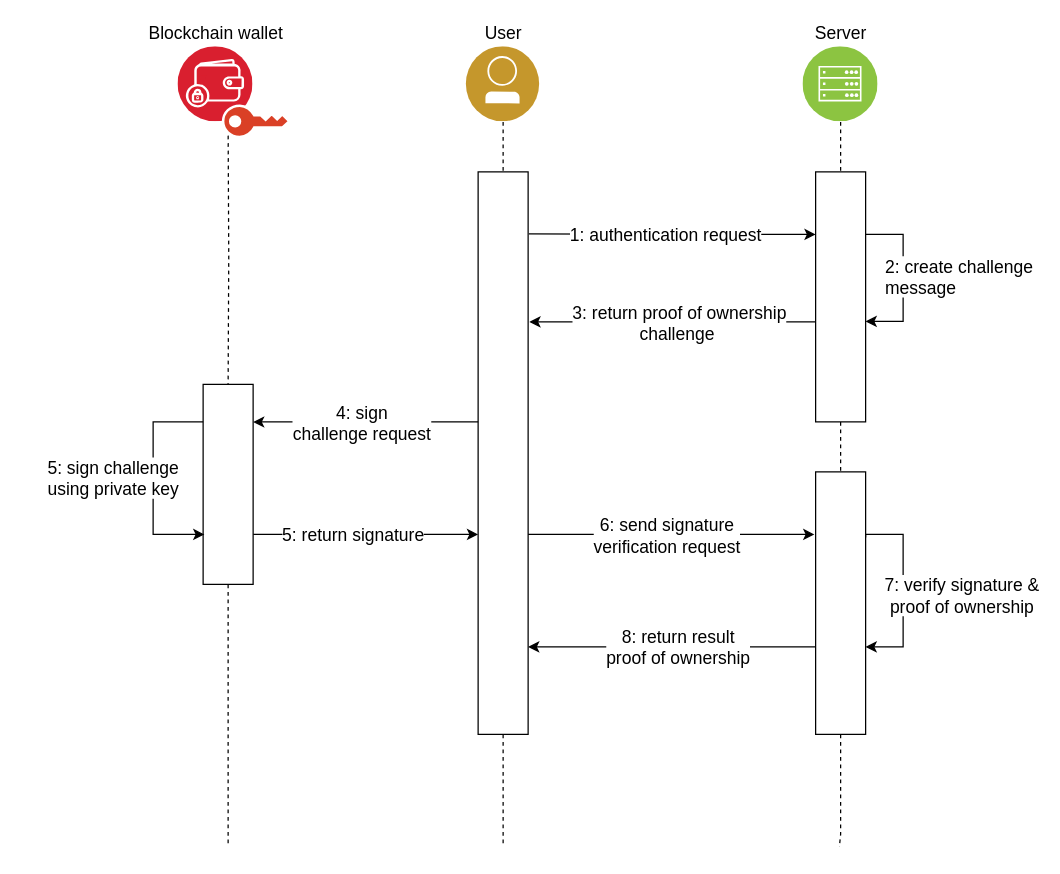
The draw.io diagram diagrams/authentication_flow.drawio in artis-project/artis-thesis, before the edit. Source tidied: cells renumbered, new cells numbered last; positions are measured from the earlier drawing's top-left corner, leaving out a move shared by most shapes. Both pictures are drawn from the tidied source at 125%, with x=0, y=0 at pixel (152, 46).
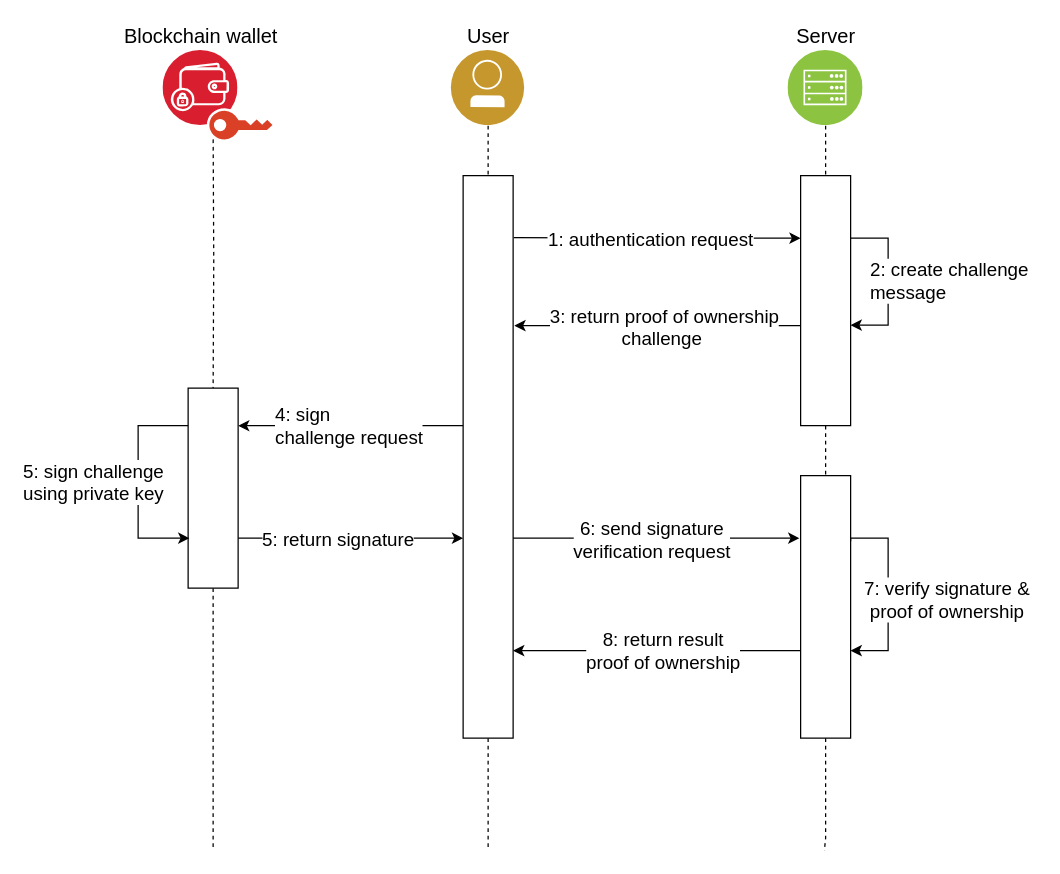
Above is the later version.

What changed in the source:
```diff
@@
-    <mxCell id="2" style="group;" parent="1" vertex="1">
-      <mxGeometry width="600" height="645" as="geometry" />
-    </mxCell>
-    <mxCell id="3" style="edgeStyle=orthogonalEdgeStyle;rounded=0;jettySize=auto;html=1;endArrow=none;endFill=0;dashed=1;" parent="2" edge="1" source="32">
+    <mxCell id="3" style="edgeStyle=orthogonalEdgeStyle;rounded=0;jettySize=auto;html=1;endArrow=none;endFill=0;dashed=1;" parent="1" edge="1" source="32">
       <mxGeometry relative="1" as="geometry">
-        <mxPoint x="549" y="640" as="targetPoint" />
+        <mxPoint x="537" y="643" as="targetPoint" />
         <Array as="points">
-          <mxPoint x="550" y="630" />
-          <mxPoint x="550" y="630" />
+          <mxPoint x="538" y="633" />
+          <mxPoint x="538" y="633" />
         </Array>
       </mxGeometry>
     </mxCell>
-    <mxCell id="4" value="&lt;font style=&quot;font-size: 14px;&quot;&gt;Server&lt;/font&gt;" style="image;perimeter=ellipsePerimeter;html=1;align=center;shadow=0;dashed=0;fontColor=#000000;labelBackgroundColor=none;fontSize=12;spacingTop=3;image=img/lib/ibm/infrastructure/mobile_backend.svg;labelPosition=center;verticalLabelPosition=top;verticalAlign=bottom;" parent="2" vertex="1">
-      <mxGeometry x="520" width="60" height="60" as="geometry" />
+    <mxCell id="4" value="&lt;font style=&quot;font-size: 16px;&quot;&gt;Server&lt;/font&gt;" style="image;perimeter=ellipsePerimeter;html=1;align=center;shadow=0;dashed=0;fontColor=#000000;labelBackgroundColor=none;fontSize=12;spacingTop=3;image=img/lib/ibm/infrastructure/mobile_backend.svg;labelPosition=center;verticalLabelPosition=top;verticalAlign=bottom;" parent="1" vertex="1">
+      <mxGeometry x="508" y="3" width="60" height="60" as="geometry" />
     </mxCell>
-    <mxCell id="5" style="edgeStyle=orthogonalEdgeStyle;rounded=0;jettySize=auto;html=1;endArrow=none;endFill=0;dashed=1;" parent="2" edge="1" source="8">
+    <mxCell id="5" style="edgeStyle=orthogonalEdgeStyle;rounded=0;jettySize=auto;html=1;endArrow=none;endFill=0;dashed=1;" parent="1" edge="1" source="8">
       <mxGeometry relative="1" as="geometry">
-        <mxPoint x="280" y="640" as="targetPoint" />
+        <mxPoint x="268" y="643" as="targetPoint" />
       </mxGeometry>
     </mxCell>
-    <mxCell id="6" value="&lt;font style=&quot;font-size: 14px;&quot;&gt;User&lt;/font&gt;" style="image;perimeter=ellipsePerimeter;html=1;align=center;shadow=0;dashed=0;fontColor=#000000;labelBackgroundColor=none;fontSize=12;spacingTop=3;image=img/lib/ibm/blockchain/blockchain_developer.svg;labelPosition=center;verticalLabelPosition=top;verticalAlign=bottom;" parent="2" vertex="1">
-      <mxGeometry x="250" width="60" height="60" as="geometry" />
+    <mxCell id="6" value="&lt;font style=&quot;font-size: 16px;&quot;&gt;User&lt;/font&gt;" style="image;perimeter=ellipsePerimeter;html=1;align=center;shadow=0;dashed=0;fontColor=#000000;labelBackgroundColor=none;fontSize=12;spacingTop=3;image=img/lib/ibm/blockchain/blockchain_developer.svg;labelPosition=center;verticalLabelPosition=top;verticalAlign=bottom;" parent="1" vertex="1">
+      <mxGeometry x="238" y="3" width="60" height="60" as="geometry" />
     </mxCell>
-    <mxCell id="7" style="edgeStyle=orthogonalEdgeStyle;rounded=0;jettySize=auto;html=1;endArrow=none;endFill=0;dashed=1;" parent="2" edge="1" source="6" target="8">
+    <mxCell id="7" style="edgeStyle=orthogonalEdgeStyle;rounded=0;jettySize=auto;html=1;endArrow=none;endFill=0;dashed=1;" parent="1" edge="1" source="6" target="8">
       <mxGeometry relative="1" as="geometry" />
     </mxCell>
-    <mxCell id="8" style="rounded=0;whiteSpace=wrap;html=1;" parent="2" vertex="1">
-      <mxGeometry x="260" y="100" width="40" height="450" as="geometry" />
+    <mxCell id="8" style="rounded=0;whiteSpace=wrap;html=1;" parent="1" vertex="1">
+      <mxGeometry x="248" y="103" width="40" height="450" as="geometry" />
     </mxCell>
-    <mxCell id="9" style="edgeStyle=orthogonalEdgeStyle;rounded=0;jettySize=auto;html=1;endArrow=none;endFill=0;dashed=1;" parent="2" edge="1" source="4" target="14">
+    <mxCell id="9" style="edgeStyle=orthogonalEdgeStyle;rounded=0;jettySize=auto;html=1;endArrow=none;endFill=0;dashed=1;" parent="1" edge="1" source="4" target="14">
       <mxGeometry relative="1" as="geometry" />
     </mxCell>
-    <mxCell id="10" style="edgeStyle=orthogonalEdgeStyle;rounded=0;jettySize=auto;html=1;exitX=0;exitY=0.25;exitDx=0;exitDy=0;entryX=1.014;entryY=0.11;entryDx=0;entryDy=0;entryPerimeter=0;startArrow=classic;startFill=1;endArrow=none;endFill=0;" parent="2" edge="1" source="14" target="8">
+    <mxCell id="10" style="edgeStyle=orthogonalEdgeStyle;rounded=0;jettySize=auto;html=1;exitX=0;exitY=0.25;exitDx=0;exitDy=0;entryX=1.014;entryY=0.11;entryDx=0;entryDy=0;entryPerimeter=0;startArrow=classic;startFill=1;endArrow=none;endFill=0;" parent="1" edge="1" source="14" target="8">
       <mxGeometry relative="1" as="geometry" />
     </mxCell>
-    <mxCell id="11" value="&lt;font style=&quot;font-size: 14px;&quot;&gt;1: authentication request&lt;/font&gt;" style="edgeLabel;html=1;align=center;verticalAlign=middle;" parent="10" vertex="1">
+    <mxCell id="11" value="&lt;font style=&quot;font-size: 15px;&quot;&gt;1: authentication request&lt;/font&gt;" style="edgeLabel;html=1;align=center;verticalAlign=middle;fontSize=15;" parent="10" vertex="1">
       <mxGeometry x="-0.08" relative="1" as="geometry">
         <mxPoint x="-15" as="offset" />
       </mxGeometry>
     </mxCell>
-    <mxCell id="12" style="edgeStyle=orthogonalEdgeStyle;rounded=0;jettySize=auto;html=1;exitX=0;exitY=0.5;exitDx=0;exitDy=0;" parent="2" edge="1" source="14">
+    <mxCell id="12" style="edgeStyle=orthogonalEdgeStyle;rounded=0;jettySize=auto;html=1;exitX=0;exitY=0.5;exitDx=0;exitDy=0;" parent="1" edge="1" source="14">
       <mxGeometry relative="1" as="geometry">
-        <mxPoint x="301" y="220" as="targetPoint" />
+        <mxPoint x="289" y="223" as="targetPoint" />
         <Array as="points">
-          <mxPoint x="530" y="220" />
-          <mxPoint x="301" y="220" />
+          <mxPoint x="518" y="223" />
+          <mxPoint x="289" y="223" />
         </Array>
       </mxGeometry>
     </mxCell>
-    <mxCell id="13" value="&lt;font style=&quot;font-size: 14px;&quot;&gt;3: return proof of ownership&lt;br style=&quot;font-size: 14px;&quot;&gt;challenge&amp;nbsp;&lt;/font&gt;" style="edgeLabel;html=1;align=center;verticalAlign=middle;fontSize=14;" parent="12" vertex="1">
+    <mxCell id="13" value="&lt;font style=&quot;font-size: 15px;&quot;&gt;3: return proof of ownership&lt;br style=&quot;font-size: 15px;&quot;&gt;challenge&amp;nbsp;&lt;/font&gt;" style="edgeLabel;html=1;align=center;verticalAlign=middle;fontSize=15;" parent="12" vertex="1">
       <mxGeometry x="-0.09" y="-2" relative="1" as="geometry">
         <mxPoint x="-17" y="2" as="offset" />
       </mxGeometry>
     </mxCell>
-    <mxCell id="14" style="rounded=0;whiteSpace=wrap;html=1;" parent="2" vertex="1">
-      <mxGeometry x="530" y="100" width="40" height="200" as="geometry" />
+    <mxCell id="14" style="rounded=0;whiteSpace=wrap;html=1;" parent="1" vertex="1">
+      <mxGeometry x="518" y="103" width="40" height="200" as="geometry" />
     </mxCell>
-    <mxCell id="15" style="edgeStyle=orthogonalEdgeStyle;rounded=0;jettySize=auto;html=1;endArrow=none;endFill=0;dashed=1;" parent="2" edge="1" source="18">
+    <mxCell id="15" style="edgeStyle=orthogonalEdgeStyle;rounded=0;jettySize=auto;html=1;endArrow=none;endFill=0;dashed=1;" parent="1" edge="1" source="18">
       <mxGeometry relative="1" as="geometry">
-        <mxPoint x="60" y="640" as="targetPoint" />
+        <mxPoint x="48" y="643" as="targetPoint" />
       </mxGeometry>
     </mxCell>
-    <mxCell id="16" style="edgeStyle=orthogonalEdgeStyle;rounded=0;jettySize=auto;html=1;exitX=1;exitY=0.75;exitDx=0;exitDy=0;" parent="2" edge="1" source="18">
+    <mxCell id="16" style="edgeStyle=orthogonalEdgeStyle;rounded=0;jettySize=auto;html=1;exitX=1;exitY=0.75;exitDx=0;exitDy=0;" parent="1" edge="1" source="18">
       <mxGeometry relative="1" as="geometry">
-        <mxPoint x="260" y="390" as="targetPoint" />
+        <mxPoint x="248" y="393" as="targetPoint" />
         <Array as="points">
-          <mxPoint x="80" y="390" />
-          <mxPoint x="260" y="390" />
+          <mxPoint x="68" y="393" />
+          <mxPoint x="248" y="393" />
         </Array>
       </mxGeometry>
     </mxCell>
-    <mxCell id="17" value="&lt;font style=&quot;font-size: 14px;&quot;&gt;5: return signature&lt;/font&gt;" style="edgeLabel;html=1;align=center;verticalAlign=middle;" parent="16" vertex="1">
+    <mxCell id="17" value="&lt;font style=&quot;font-size: 15px;&quot;&gt;5: return signature&lt;/font&gt;" style="edgeLabel;html=1;align=center;verticalAlign=middle;fontSize=15;" parent="16" vertex="1">
       <mxGeometry x="-0.43" y="-1" relative="1" as="geometry">
         <mxPoint x="28" y="-1" as="offset" />
       </mxGeometry>
     </mxCell>
-    <mxCell id="18" style="rounded=0;whiteSpace=wrap;html=1;" parent="2" vertex="1">
-      <mxGeometry x="40" y="270" width="40" height="160" as="geometry" />
+    <mxCell id="18" style="rounded=0;whiteSpace=wrap;html=1;" parent="1" vertex="1">
+      <mxGeometry x="28" y="273" width="40" height="160" as="geometry" />
     </mxCell>
-    <mxCell id="19" style="edgeStyle=orthogonalEdgeStyle;rounded=0;jettySize=auto;html=1;entryX=1;entryY=0.188;entryDx=0;entryDy=0;entryPerimeter=0;" parent="2" edge="1" source="8" target="18">
-      <mxGeometry relative="1" as="geometry">
+    <mxCell id="19" value="&lt;font style=&quot;font-size: 15px;&quot;&gt;4: sign&lt;br style=&quot;border-color: var(--border-color);&quot;&gt;challenge request&lt;/font&gt;" style="edgeStyle=orthogonalEdgeStyle;rounded=0;jettySize=auto;html=1;entryX=1;entryY=0.188;entryDx=0;entryDy=0;entryPerimeter=0;align=left;" parent="1" edge="1" source="8" target="18">
+      <mxGeometry x="0.69" relative="1" as="geometry">
         <Array as="points">
-          <mxPoint x="210" y="300" />
-          <mxPoint x="210" y="300" />
+          <mxPoint x="198" y="303" />
+          <mxPoint x="198" y="303" />
         </Array>
       </mxGeometry>
     </mxCell>
-    <mxCell id="20" value="&lt;font style=&quot;font-size: 14px;&quot;&gt;4: sign&lt;br&gt;challenge request&lt;/font&gt;" style="edgeLabel;html=1;align=center;verticalAlign=middle;" parent="19" vertex="1">
-      <mxGeometry x="0.04" y="2" relative="1" as="geometry">
-        <mxPoint y="-2" as="offset" />
-      </mxGeometry>
-    </mxCell>
-    <mxCell id="21" style="edgeStyle=orthogonalEdgeStyle;rounded=0;jettySize=auto;html=1;endArrow=none;endFill=0;dashed=1;" parent="2" edge="1" target="18">
+    <mxCell id="21" style="edgeStyle=orthogonalEdgeStyle;rounded=0;jettySize=auto;html=1;endArrow=none;endFill=0;dashed=1;" parent="1" edge="1" target="18">
       <mxGeometry relative="1" as="geometry">
-        <mxPoint x="60" y="65" as="sourcePoint" />
+        <mxPoint x="48" y="68" as="sourcePoint" />
       </mxGeometry>
     </mxCell>
-    <mxCell id="22" style="group;" parent="2" vertex="1">
-      <mxGeometry x="20" width="89" height="72" as="geometry" />
+    <mxCell id="22" style="group;" parent="1" vertex="1">
+      <mxGeometry x="8" y="3" width="89" height="72" as="geometry" />
     </mxCell>
-    <mxCell id="23" value="&lt;font style=&quot;font-size: 14px;&quot;&gt;Blockchain wallet&lt;/font&gt;" style="image;perimeter=ellipsePerimeter;html=1;align=center;shadow=0;dashed=0;fontColor=#000000;labelBackgroundColor=none;fontSize=12;spacingTop=3;image=img/lib/ibm/blockchain/wallet.svg;labelPosition=center;verticalLabelPosition=top;verticalAlign=bottom;" parent="22" vertex="1">
+    <mxCell id="23" value="&lt;font style=&quot;font-size: 16px;&quot;&gt;Blockchain wallet&lt;/font&gt;" style="image;perimeter=ellipsePerimeter;html=1;align=center;shadow=0;dashed=0;fontColor=#000000;labelBackgroundColor=none;fontSize=12;spacingTop=3;image=img/lib/ibm/blockchain/wallet.svg;labelPosition=center;verticalLabelPosition=top;verticalAlign=bottom;" parent="22" vertex="1">
       <mxGeometry width="60" height="60" as="geometry" />
     </mxCell>
@@
-    <mxCell id="25" style="edgeStyle=orthogonalEdgeStyle;rounded=0;orthogonalLoop=1;jettySize=auto;html=1;exitX=1;exitY=0.25;exitDx=0;exitDy=0;entryX=1;entryY=0.598;entryDx=0;entryDy=0;entryPerimeter=0;" parent="2" edge="1" source="14" target="14">
+    <mxCell id="25" style="edgeStyle=orthogonalEdgeStyle;rounded=0;orthogonalLoop=1;jettySize=auto;html=1;exitX=1;exitY=0.25;exitDx=0;exitDy=0;entryX=1;entryY=0.598;entryDx=0;entryDy=0;entryPerimeter=0;" parent="1" edge="1" source="14" target="14">
       <mxGeometry relative="1" as="geometry">
         <Array as="points">
-          <mxPoint x="600" y="150" />
-          <mxPoint x="600" y="220" />
+          <mxPoint x="588" y="153" />
+          <mxPoint x="588" y="223" />
         </Array>
       </mxGeometry>
     </mxCell>
-    <mxCell id="26" value="&lt;font style=&quot;font-size: 14px;&quot;&gt;2: create challenge&lt;br&gt;message&lt;/font&gt;" style="edgeLabel;html=1;align=left;verticalAlign=middle;labelPosition=right;verticalLabelPosition=middle;" parent="25" vertex="1">
+    <mxCell id="26" value="&lt;font style=&quot;font-size: 15px;&quot;&gt;2: create challenge&lt;br style=&quot;font-size: 15px;&quot;&gt;message&lt;/font&gt;" style="edgeLabel;html=1;align=left;verticalAlign=middle;labelPosition=right;verticalLabelPosition=middle;fontSize=15;" parent="25" vertex="1">
       <mxGeometry y="4" relative="1" as="geometry">
         <mxPoint x="-20" y="-2" as="offset" />
       </mxGeometry>
     </mxCell>
-    <mxCell id="27" style="edgeStyle=orthogonalEdgeStyle;rounded=0;orthogonalLoop=1;jettySize=auto;html=1;" parent="2" edge="1">
+    <mxCell id="27" style="edgeStyle=orthogonalEdgeStyle;rounded=0;orthogonalLoop=1;jettySize=auto;html=1;" parent="1" edge="1">
       <mxGeometry relative="1" as="geometry">
-        <mxPoint x="40" y="300" as="sourcePoint" />
-        <mxPoint x="41" y="390" as="targetPoint" />
+        <mxPoint x="28" y="303" as="sourcePoint" />
+        <mxPoint x="29" y="393" as="targetPoint" />
         <Array as="points">
-          <mxPoint y="300" />
-          <mxPoint y="390" />
-          <mxPoint x="41" y="390" />
+          <mxPoint x="-12" y="303" />
+          <mxPoint x="-12" y="393" />
+          <mxPoint x="29" y="393" />
         </Array>
       </mxGeometry>
     </mxCell>
-    <mxCell id="28" value="&lt;font style=&quot;font-size: 14px;&quot;&gt;5: sign challenge &lt;br&gt;&lt;span style=&quot;text-align: left;&quot;&gt;using private key&lt;/span&gt;&lt;/font&gt;" style="edgeLabel;html=1;align=right;verticalAlign=middle;labelPosition=left;verticalLabelPosition=middle;" parent="27" vertex="1">
+    <mxCell id="28" value="&lt;font style=&quot;font-size: 15px;&quot;&gt;5: sign challenge &lt;br style=&quot;font-size: 15px;&quot;&gt;&lt;span style=&quot;text-align: left; font-size: 15px;&quot;&gt;using private key&lt;/span&gt;&lt;/font&gt;" style="edgeLabel;html=1;align=right;verticalAlign=middle;labelPosition=left;verticalLabelPosition=middle;fontSize=15;" parent="27" vertex="1">
       <mxGeometry x="0.06" y="2" relative="1" as="geometry">
         <mxPoint x="19" y="-7" as="offset" />
       </mxGeometry>
     </mxCell>
-    <mxCell id="29" style="edgeStyle=orthogonalEdgeStyle;rounded=0;jettySize=auto;html=1;endArrow=none;endFill=0;dashed=1;" parent="2" edge="1" source="14" target="32">
+    <mxCell id="29" style="edgeStyle=orthogonalEdgeStyle;rounded=0;jettySize=auto;html=1;endArrow=none;endFill=0;dashed=1;" parent="1" edge="1" source="14" target="32">
       <mxGeometry relative="1" as="geometry" />
     </mxCell>
-    <mxCell id="30" style="edgeStyle=orthogonalEdgeStyle;rounded=0;jettySize=auto;html=1;exitX=0.007;exitY=0.699;exitDx=0;exitDy=0;exitPerimeter=0;" parent="2" edge="1" source="32">
+    <mxCell id="30" style="edgeStyle=orthogonalEdgeStyle;rounded=0;jettySize=auto;html=1;exitX=0.007;exitY=0.699;exitDx=0;exitDy=0;exitPerimeter=0;" parent="1" edge="1" source="32">
       <mxGeometry relative="1" as="geometry">
-        <mxPoint x="300" y="480" as="targetPoint" />
+        <mxPoint x="288" y="483" as="targetPoint" />
         <Array as="points">
-          <mxPoint x="530" y="480" />
+          <mxPoint x="518" y="483" />
         </Array>
       </mxGeometry>
     </mxCell>
-    <mxCell id="31" value="&lt;font style=&quot;font-size: 14px;&quot;&gt;8: return result&lt;br&gt;proof of ownership&lt;/font&gt;" style="edgeLabel;html=1;align=center;verticalAlign=middle;" parent="30" vertex="1">
+    <mxCell id="31" value="&lt;font style=&quot;font-size: 15px;&quot;&gt;8: return result&lt;br style=&quot;font-size: 15px;&quot;&gt;proof of ownership&lt;/font&gt;" style="edgeLabel;html=1;align=center;verticalAlign=middle;fontSize=15;" parent="30" vertex="1">
       <mxGeometry x="0.1" y="4" relative="1" as="geometry">
         <mxPoint x="12" y="-5" as="offset" />
       </mxGeometry>
     </mxCell>
-    <mxCell id="32" style="rounded=0;whiteSpace=wrap;html=1;" parent="2" vertex="1">
-      <mxGeometry x="530" y="340" width="40" height="210" as="geometry" />
+    <mxCell id="32" style="rounded=0;whiteSpace=wrap;html=1;" parent="1" vertex="1">
+      <mxGeometry x="518" y="343" width="40" height="210" as="geometry" />
     </mxCell>
-    <mxCell id="33" style="edgeStyle=orthogonalEdgeStyle;rounded=0;jettySize=auto;html=1;" parent="2" edge="1" source="8">
+    <mxCell id="33" style="edgeStyle=orthogonalEdgeStyle;rounded=0;jettySize=auto;html=1;" parent="1" edge="1" source="8">
       <mxGeometry relative="1" as="geometry">
-        <mxPoint x="529" y="390" as="targetPoint" />
+        <mxPoint x="517" y="393" as="targetPoint" />
         <Array as="points">
-          <mxPoint x="360" y="390" />
-          <mxPoint x="360" y="390" />
+          <mxPoint x="348" y="393" />
+          <mxPoint x="348" y="393" />
         </Array>
       </mxGeometry>
     </mxCell>
-    <mxCell id="34" value="&lt;font style=&quot;font-size: 14px;&quot;&gt;6: send signature&lt;br&gt;verification request&lt;/font&gt;" style="edgeLabel;html=1;align=center;verticalAlign=middle;" parent="33" vertex="1">
+    <mxCell id="34" value="&lt;font style=&quot;font-size: 15px;&quot;&gt;6: send signature&lt;br style=&quot;font-size: 15px;&quot;&gt;verification request&lt;/font&gt;" style="edgeLabel;html=1;align=center;verticalAlign=middle;fontSize=15;" parent="33" vertex="1">
       <mxGeometry x="-0.2" y="2" relative="1" as="geometry">
         <mxPoint x="18" y="2" as="offset" />
       </mxGeometry>
     </mxCell>
-    <mxCell id="35" style="edgeStyle=orthogonalEdgeStyle;rounded=0;jettySize=auto;html=1;exitX=1;exitY=0.25;exitDx=0;exitDy=0;" parent="2" edge="1" source="32">
+    <mxCell id="35" style="edgeStyle=orthogonalEdgeStyle;rounded=0;jettySize=auto;html=1;exitX=1;exitY=0.25;exitDx=0;exitDy=0;" parent="1" edge="1" source="32">
       <mxGeometry relative="1" as="geometry">
-        <mxPoint x="570" y="480" as="targetPoint" />
+        <mxPoint x="558" y="483" as="targetPoint" />
         <Array as="points">
-          <mxPoint x="600" y="390" />
-          <mxPoint x="600" y="480" />
+          <mxPoint x="588" y="393" />
+          <mxPoint x="588" y="483" />
         </Array>
       </mxGeometry>
     </mxCell>
-    <mxCell id="36" value="7: verify signature &amp;amp;&lt;br style=&quot;border-color: var(--border-color); text-align: left; font-size: 14px;&quot;&gt;&lt;span style=&quot;text-align: left; font-size: 14px;&quot;&gt;proof of ownership&lt;/span&gt;" style="edgeLabel;html=1;align=center;verticalAlign=middle;fontSize=14;" parent="35" vertex="1">
+    <mxCell id="36" value="7: verify signature &amp;amp;&lt;br style=&quot;border-color: var(--border-color); text-align: left; font-size: 15px;&quot;&gt;&lt;span style=&quot;text-align: left; font-size: 15px;&quot;&gt;proof of ownership&lt;/span&gt;" style="edgeLabel;html=1;align=center;verticalAlign=middle;fontSize=15;" parent="35" vertex="1">
       <mxGeometry x="0.05" y="1" relative="1" as="geometry">
         <mxPoint x="45" y="1" as="offset" />
       </mxGeometry>
     </mxCell>
```
